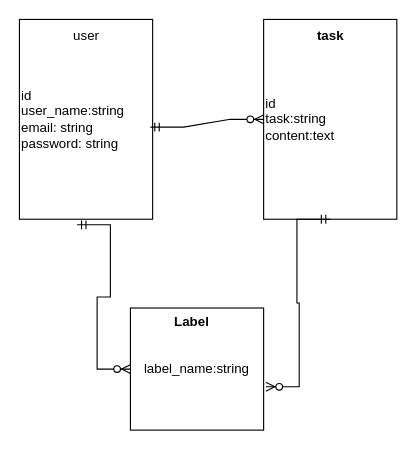
Above: docs/er.dio in yuta82644/manyou_app (draw.io), before the change. Source tidied: cells renumbered, new cells numbered last; positions are measured from the earlier drawing's top-left corner, leaving out a move shared by most shapes. Both pictures are drawn from the tidied source at 111%, with x=0, y=0 at pixel (19, 19).
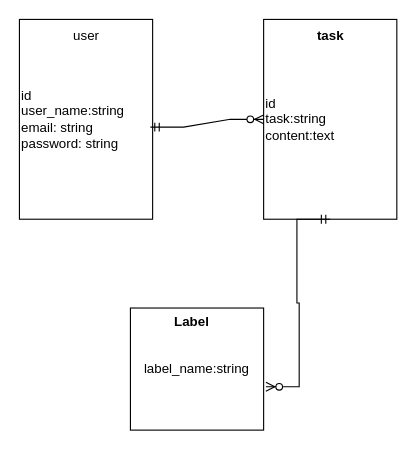
Above is the later version.

The edit, as a diff of the source:
```diff
@@
 <mxGraphModel>
   <root>
     <mxCell id="0" />
     <mxCell id="1" parent="0" />
     <mxCell id="2" value="id&lt;br&gt;user_name:string&lt;br&gt;email: string&lt;br&gt;password: string" style="rounded=0;whiteSpace=wrap;html=1;align=left;" parent="1" vertex="1">
       <mxGeometry width="120" height="180" as="geometry" />
     </mxCell>
     <mxCell id="3" value="user" style="text;html=1;align=center;verticalAlign=middle;strokeColor=none;fillColor=none;" parent="1" vertex="1">
       <mxGeometry x="35" width="50" height="30" as="geometry" />
     </mxCell>
     <mxCell id="4" style="edgeStyle=orthogonalEdgeStyle;rounded=0;orthogonalLoop=1;jettySize=auto;html=1;exitX=0.5;exitY=1;exitDx=0;exitDy=0;" parent="1" edge="1" source="2" target="2">
       <mxGeometry relative="1" as="geometry" />
     </mxCell>
     <mxCell id="5" value="id&lt;br&gt;task:string&lt;br&gt;content:text" style="rounded=0;whiteSpace=wrap;html=1;align=left;" parent="1" vertex="1">
       <mxGeometry x="220" width="120" height="180" as="geometry" />
     </mxCell>
     <mxCell id="6" value="&lt;b&gt;task&lt;/b&gt;" style="text;html=1;align=center;verticalAlign=middle;strokeColor=none;fillColor=none;" parent="1" vertex="1">
       <mxGeometry x="255" width="50" height="30" as="geometry" />
     </mxCell>
     <mxCell id="7" value="label_name:string" style="rounded=0;whiteSpace=wrap;html=1;" parent="1" vertex="1">
       <mxGeometry x="100" y="260" width="120" height="110" as="geometry" />
     </mxCell>
     <mxCell id="8" value="&lt;b&gt;Label&lt;/b&gt;" style="text;html=1;align=center;verticalAlign=middle;strokeColor=none;fillColor=none;" parent="1" vertex="1">
       <mxGeometry x="130" y="258" width="50" height="30" as="geometry" />
     </mxCell>
     <mxCell id="9" style="edgeStyle=entityRelationEdgeStyle;fontSize=12;html=1;endArrow=ERzeroToMany;startArrow=ERmandOne;rounded=0;exitX=0.983;exitY=0.539;exitDx=0;exitDy=0;exitPerimeter=0;" parent="1" edge="1" source="2" target="5">
       <mxGeometry relative="1" as="geometry" />
     </mxCell>
-    <mxCell id="10" style="edgeStyle=entityRelationEdgeStyle;fontSize=12;html=1;endArrow=ERzeroToMany;startArrow=ERmandOne;rounded=0;exitX=0.433;exitY=1.028;exitDx=0;exitDy=0;exitPerimeter=0;entryX=0;entryY=0.5;entryDx=0;entryDy=0;" parent="1" edge="1" source="2" target="7">
-      <mxGeometry relative="1" as="geometry" />
-    </mxCell>
     <mxCell id="11" style="edgeStyle=entityRelationEdgeStyle;fontSize=12;html=1;endArrow=ERzeroToMany;startArrow=ERmandOne;rounded=0;exitX=0.5;exitY=1;exitDx=0;exitDy=0;entryX=1.017;entryY=0.645;entryDx=0;entryDy=0;entryPerimeter=0;" parent="1" edge="1" source="5" target="7">
       <mxGeometry relative="1" as="geometry" />
     </mxCell>
   </root>
 </mxGraphModel>
```
